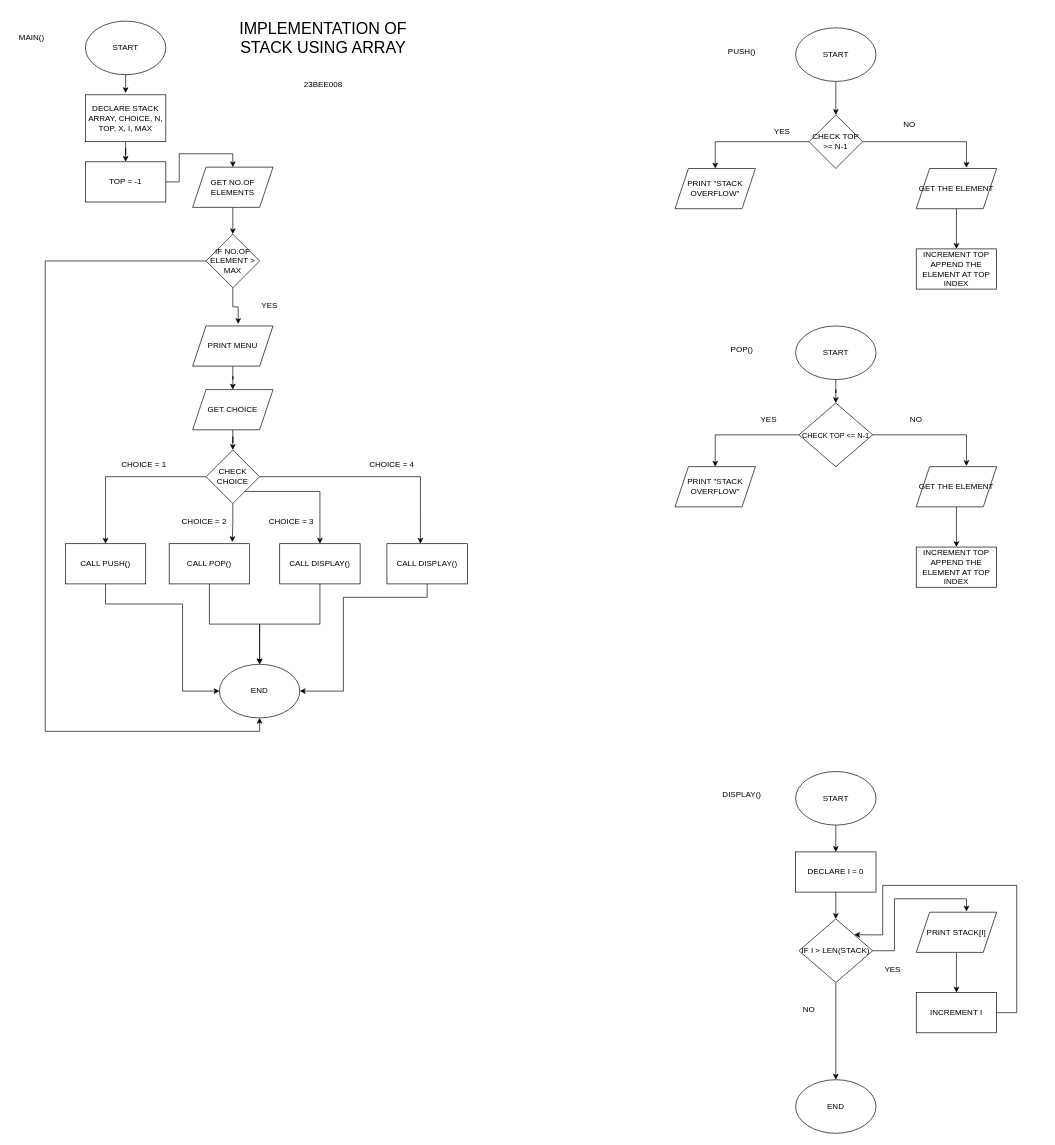
This is 001.drawio from ahamril2265/DSA-LABS, a draw.io file, before an edit. Source tidied: cells renumbered, new cells numbered last; positions are measured from the earlier drawing's top-left corner, leaving out a move shared by most shapes. Both pictures are drawn from the tidied source at 67%, with x=0, y=0 at pixel (11, 21).
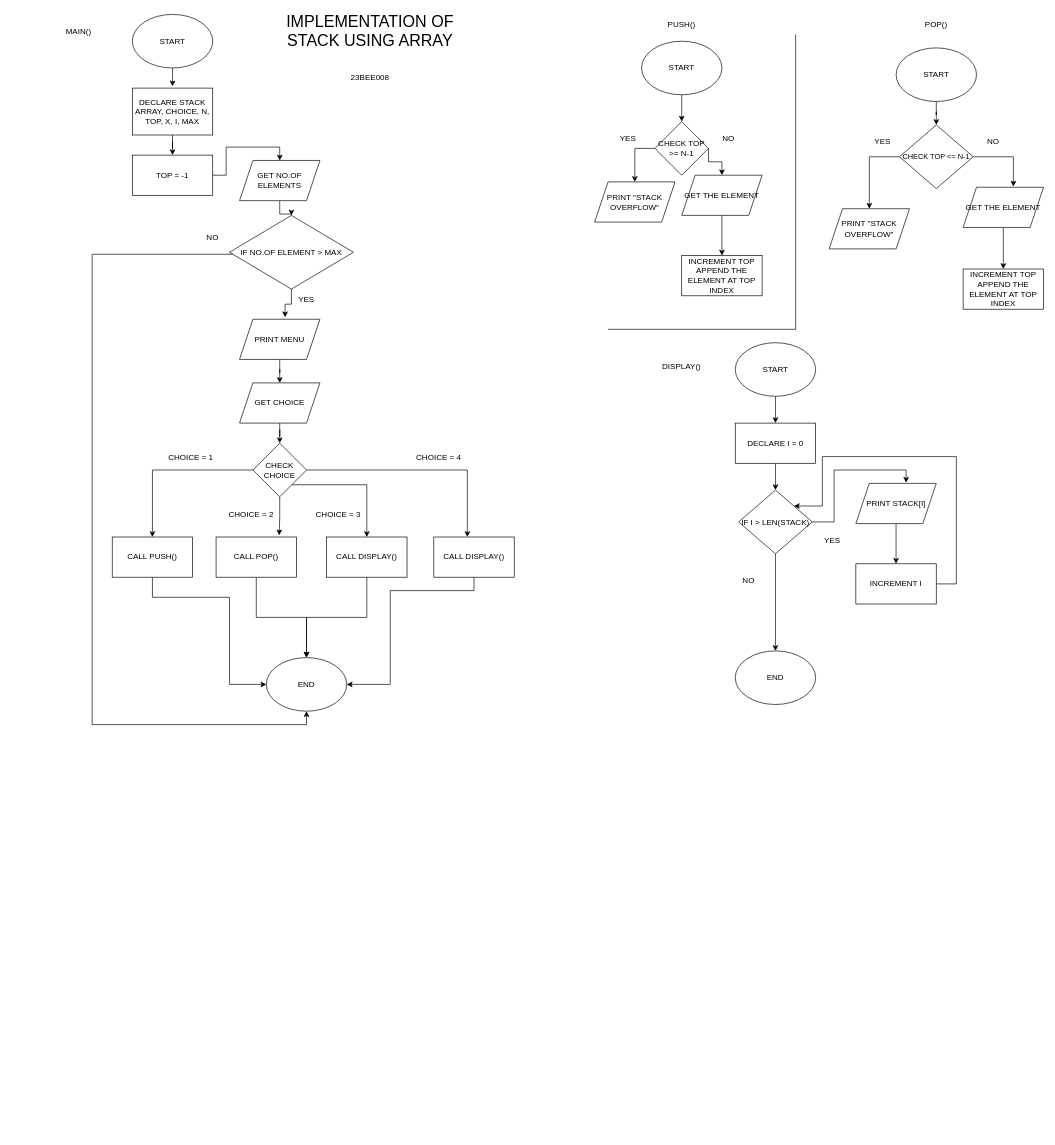
After the change.

Change to the diagram source:
```diff
@@
     <mxCell id="2" value="START" style="ellipse;whiteSpace=wrap;html=1;" parent="1" vertex="1">
-      <mxGeometry x="110" width="120" height="80" as="geometry" />
+      <mxGeometry x="180" y="-10" width="120" height="80" as="geometry" />
     </mxCell>
@@
     <mxCell id="4" value="DECLARE STACK ARRAY, CHOICE, N, TOP, X, I, MAX" style="rounded=0;whiteSpace=wrap;html=1;" parent="1" vertex="1">
-      <mxGeometry x="110" y="110" width="120" height="70" as="geometry" />
+      <mxGeometry x="180" y="100" width="120" height="70" as="geometry" />
     </mxCell>
@@
     <mxCell id="6" value="TOP = -1" style="rounded=0;whiteSpace=wrap;html=1;" parent="1" vertex="1">
-      <mxGeometry x="110" y="210" width="120" height="60" as="geometry" />
+      <mxGeometry x="180" y="200" width="120" height="60" as="geometry" />
     </mxCell>
@@
     <mxCell id="8" value="GET NO.OF ELEMENTS" style="shape=parallelogram;perimeter=parallelogramPerimeter;whiteSpace=wrap;html=1;fixedSize=1;" parent="1" vertex="1">
-      <mxGeometry x="270" y="218" width="120" height="60" as="geometry" />
+      <mxGeometry x="340" y="208" width="120" height="60" as="geometry" />
     </mxCell>
@@
     <mxCell id="10" value="PRINT MENU" style="shape=parallelogram;perimeter=parallelogramPerimeter;whiteSpace=wrap;html=1;fixedSize=1;" parent="1" vertex="1">
-      <mxGeometry x="270" y="455" width="120" height="60" as="geometry" />
+      <mxGeometry x="340" y="445" width="120" height="60" as="geometry" />
     </mxCell>
@@
     <mxCell id="12" value="GET CHOICE" style="shape=parallelogram;perimeter=parallelogramPerimeter;whiteSpace=wrap;html=1;fixedSize=1;" parent="1" vertex="1">
-      <mxGeometry x="270" y="550" width="120" height="60" as="geometry" />
+      <mxGeometry x="340" y="540" width="120" height="60" as="geometry" />
     </mxCell>
@@
     <mxCell id="14" style="edgeStyle=orthogonalEdgeStyle;rounded=0;jettySize=auto;html=1;entryX=0.5;entryY=0;entryDx=0;entryDy=0;" parent="1" edge="1" source="16" target="22">
       <mxGeometry relative="1" as="geometry">
         <Array as="points">
-          <mxPoint x="460" y="702" />
+          <mxPoint x="530" y="692" />
         </Array>
       </mxGeometry>
     </mxCell>
@@
     <mxCell id="16" value="CHECK CHOICE" style="rhombus;whiteSpace=wrap;html=1;" parent="1" vertex="1">
-      <mxGeometry x="290" y="640" width="80" height="80" as="geometry" />
+      <mxGeometry x="360" y="630" width="80" height="80" as="geometry" />
     </mxCell>
     <mxCell id="17" style="edgeStyle=orthogonalEdgeStyle;rounded=0;jettySize=auto;html=1;entryX=0;entryY=0.5;entryDx=0;entryDy=0;" parent="1" edge="1" source="18" target="34">
       <mxGeometry relative="1" as="geometry">
         <Array as="points">
-          <mxPoint x="140" y="870" />
-          <mxPoint x="255" y="870" />
-          <mxPoint x="255" y="1000" />
+          <mxPoint x="210" y="860" />
+          <mxPoint x="325" y="860" />
+          <mxPoint x="325" y="990" />
         </Array>
       </mxGeometry>
     </mxCell>
     <mxCell id="18" value="CALL PUSH()" style="rounded=0;whiteSpace=wrap;html=1;" parent="1" vertex="1">
-      <mxGeometry x="80" y="780" width="120" height="60" as="geometry" />
+      <mxGeometry x="150" y="770" width="120" height="60" as="geometry" />
     </mxCell>
@@
     <mxCell id="20" value="CALL POP()" style="rounded=0;whiteSpace=wrap;html=1;" parent="1" vertex="1">
-      <mxGeometry x="235" y="780" width="120" height="60" as="geometry" />
+      <mxGeometry x="305" y="770" width="120" height="60" as="geometry" />
     </mxCell>
@@
     <mxCell id="22" value="CALL DISPLAY()" style="rounded=0;whiteSpace=wrap;html=1;" parent="1" vertex="1">
-      <mxGeometry x="400" y="780" width="120" height="60" as="geometry" />
+      <mxGeometry x="470" y="770" width="120" height="60" as="geometry" />
     </mxCell>
     <mxCell id="23" style="edgeStyle=orthogonalEdgeStyle;rounded=0;jettySize=auto;html=1;entryX=1;entryY=0.5;entryDx=0;entryDy=0;" parent="1" edge="1" source="24" target="34">
       <mxGeometry relative="1" as="geometry">
         <Array as="points">
-          <mxPoint x="620" y="860" />
-          <mxPoint x="495" y="860" />
-          <mxPoint x="495" y="1000" />
+          <mxPoint x="690" y="850" />
+          <mxPoint x="565" y="850" />
+          <mxPoint x="565" y="990" />
         </Array>
       </mxGeometry>
     </mxCell>
     <mxCell id="24" value="CALL DISPLAY()" style="rounded=0;whiteSpace=wrap;html=1;" parent="1" vertex="1">
-      <mxGeometry x="560" y="780" width="120" height="60" as="geometry" />
+      <mxGeometry x="630" y="770" width="120" height="60" as="geometry" />
     </mxCell>
@@
     <mxCell id="26" value="START" style="ellipse;whiteSpace=wrap;html=1;" parent="1" vertex="1">
-      <mxGeometry x="1170" y="10" width="120" height="80" as="geometry" />
+      <mxGeometry x="940" y="30" width="120" height="80" as="geometry" />
     </mxCell>
-    <mxCell id="27" style="edgeStyle=orthogonalEdgeStyle;rounded=0;jettySize=auto;html=1;entryX=0.5;entryY=0;entryDx=0;entryDy=0;" parent="1" edge="1" source="28" target="29">
+    <mxCell id="27" style="edgeStyle=orthogonalEdgeStyle;rounded=0;jettySize=auto;html=1;exitX=0;exitY=0.5;exitDx=0;exitDy=0;entryX=0.5;entryY=0;entryDx=0;entryDy=0;" parent="1" edge="1" source="28" target="29">
       <mxGeometry relative="1" as="geometry" />
     </mxCell>
     <mxCell id="28" value="CHECK TOP &amp;gt;= N-1" style="rhombus;whiteSpace=wrap;html=1;" parent="1" vertex="1">
-      <mxGeometry x="1190" y="140" width="80" height="80" as="geometry" />
+      <mxGeometry x="960" y="150" width="80" height="80" as="geometry" />
     </mxCell>
     <mxCell id="29" value="PRINT &quot;STACK OVERFLOW&quot;" style="shape=parallelogram;perimeter=parallelogramPerimeter;whiteSpace=wrap;html=1;fixedSize=1;" parent="1" vertex="1">
-      <mxGeometry x="990" y="220" width="120" height="60" as="geometry" />
+      <mxGeometry x="870" y="240" width="120" height="60" as="geometry" />
     </mxCell>
@@
     <mxCell id="31" value="GET THE ELEMENT" style="shape=parallelogram;perimeter=parallelogramPerimeter;whiteSpace=wrap;html=1;fixedSize=1;" parent="1" vertex="1">
-      <mxGeometry x="1350" y="220" width="120" height="60" as="geometry" />
+      <mxGeometry x="1000" y="230" width="120" height="60" as="geometry" />
     </mxCell>
     <mxCell id="32" value="INCREMENT TOP&lt;div&gt;APPEND THE ELEMENT AT TOP INDEX&lt;/div&gt;" style="rounded=0;whiteSpace=wrap;html=1;" parent="1" vertex="1">
-      <mxGeometry x="1350" y="340" width="120" height="60" as="geometry" />
+      <mxGeometry x="1000" y="350" width="120" height="60" as="geometry" />
     </mxCell>
-    <mxCell id="33" style="edgeStyle=orthogonalEdgeStyle;rounded=0;jettySize=auto;html=1;entryX=0.625;entryY=-0.017;entryDx=0;entryDy=0;entryPerimeter=0;" parent="1" edge="1" source="28" target="31">
-      <mxGeometry relative="1" as="geometry" />
-    </mxCell>
     <mxCell id="34" value="END" style="ellipse;whiteSpace=wrap;html=1;" parent="1" vertex="1">
-      <mxGeometry x="310" y="960" width="120" height="80" as="geometry" />
+      <mxGeometry x="380" y="950" width="120" height="80" as="geometry" />
     </mxCell>
@@
     <mxCell id="36" style="edgeStyle=orthogonalEdgeStyle;rounded=0;jettySize=auto;html=1;entryX=0.5;entryY=1;entryDx=0;entryDy=0;" parent="1" edge="1" source="37" target="34">
       <mxGeometry relative="1" as="geometry">
         <Array as="points">
-          <mxPoint x="50" y="358" />
-          <mxPoint x="50" y="1060" />
-          <mxPoint x="370" y="1060" />
+          <mxPoint x="120" y="348" />
+          <mxPoint x="120" y="1050" />
+          <mxPoint x="440" y="1050" />
         </Array>
       </mxGeometry>
     </mxCell>
     <mxCell id="37" value="IF NO.OF ELEMENT &amp;gt; MAX" style="rhombus;whiteSpace=wrap;html=1;" parent="1" vertex="1">
-      <mxGeometry x="290" y="318" width="80" height="80" as="geometry" />
+      <mxGeometry x="325" y="290" width="185" height="110" as="geometry" />
     </mxCell>
@@
     <mxCell id="40" value="PUSH()" style="text;html=1;whiteSpace=wrap;strokeColor=none;fillColor=none;align=center;verticalAlign=middle;rounded=0;" parent="1" vertex="1">
-      <mxGeometry x="1060" y="30" width="60" height="30" as="geometry" />
+      <mxGeometry x="970" y="-10" width="60" height="30" as="geometry" />
     </mxCell>
     <mxCell id="41" value="MAIN()" style="text;html=1;whiteSpace=wrap;strokeColor=none;fillColor=none;align=center;verticalAlign=middle;rounded=0;" parent="1" vertex="1">
-      <mxGeometry y="10" width="60" height="30" as="geometry" />
+      <mxGeometry x="70" width="60" height="30" as="geometry" />
     </mxCell>
@@
     <mxCell id="43" value="START" style="ellipse;whiteSpace=wrap;html=1;" parent="1" vertex="1">
-      <mxGeometry x="1170" y="455" width="120" height="80" as="geometry" />
+      <mxGeometry x="1320" y="40" width="120" height="80" as="geometry" />
     </mxCell>
-    <mxCell id="44" style="edgeStyle=orthogonalEdgeStyle;rounded=0;jettySize=auto;html=1;entryX=0.5;entryY=0;entryDx=0;entryDy=0;" parent="1" edge="1" source="45" target="46">
+    <mxCell id="44" style="edgeStyle=orthogonalEdgeStyle;rounded=0;jettySize=auto;html=1;entryX=0.5;entryY=0;entryDx=0;entryDy=0;exitX=0;exitY=0.5;exitDx=0;exitDy=0;" parent="1" edge="1" source="45" target="46">
       <mxGeometry relative="1" as="geometry" />
     </mxCell>
     <mxCell id="45" value="&lt;font style=&quot;font-size: 11px;&quot;&gt;CHECK TOP &amp;lt;= N-1&lt;/font&gt;" style="rhombus;whiteSpace=wrap;html=1;" parent="1" vertex="1">
-      <mxGeometry x="1175" y="570" width="110" height="95" as="geometry" />
+      <mxGeometry x="1325" y="155" width="110" height="95" as="geometry" />
     </mxCell>
     <mxCell id="46" value="PRINT &quot;STACK OVERFLOW&quot;" style="shape=parallelogram;perimeter=parallelogramPerimeter;whiteSpace=wrap;html=1;fixedSize=1;" parent="1" vertex="1">
-      <mxGeometry x="990" y="665" width="120" height="60" as="geometry" />
+      <mxGeometry x="1220" y="280" width="120" height="60" as="geometry" />
     </mxCell>
@@
     <mxCell id="48" value="GET THE ELEMENT" style="shape=parallelogram;perimeter=parallelogramPerimeter;whiteSpace=wrap;html=1;fixedSize=1;" parent="1" vertex="1">
-      <mxGeometry x="1350" y="665" width="120" height="60" as="geometry" />
+      <mxGeometry x="1420" y="248" width="120" height="60" as="geometry" />
     </mxCell>
     <mxCell id="49" value="INCREMENT TOP&lt;div&gt;APPEND THE ELEMENT AT TOP INDEX&lt;/div&gt;" style="rounded=0;whiteSpace=wrap;html=1;" parent="1" vertex="1">
-      <mxGeometry x="1350" y="785" width="120" height="60" as="geometry" />
+      <mxGeometry x="1420" y="370" width="120" height="60" as="geometry" />
     </mxCell>
-    <mxCell id="50" style="edgeStyle=orthogonalEdgeStyle;rounded=0;jettySize=auto;html=1;entryX=0.625;entryY=-0.017;entryDx=0;entryDy=0;entryPerimeter=0;" parent="1" edge="1" source="45" target="48">
+    <mxCell id="50" style="edgeStyle=orthogonalEdgeStyle;rounded=0;jettySize=auto;html=1;entryX=0.625;entryY=-0.017;entryDx=0;entryDy=0;entryPerimeter=0;exitX=1;exitY=0.5;exitDx=0;exitDy=0;" parent="1" edge="1" source="45" target="48">
       <mxGeometry relative="1" as="geometry" />
     </mxCell>
     <mxCell id="51" value="POP()" style="text;html=1;whiteSpace=wrap;strokeColor=none;fillColor=none;align=center;verticalAlign=middle;rounded=0;" parent="1" vertex="1">
-      <mxGeometry x="1060" y="475" width="60" height="30" as="geometry" />
+      <mxGeometry x="1350" y="-10" width="60" height="30" as="geometry" />
     </mxCell>
@@
     <mxCell id="53" value="START" style="ellipse;whiteSpace=wrap;html=1;" parent="1" vertex="1">
-      <mxGeometry x="1170" y="1120" width="120" height="80" as="geometry" />
+      <mxGeometry x="1079.9" y="480" width="120" height="80" as="geometry" />
     </mxCell>
@@
     <mxCell id="55" value="IF I &amp;gt; LEN(STACK)" style="rhombus;whiteSpace=wrap;html=1;" parent="1" vertex="1">
-      <mxGeometry x="1175" y="1340" width="110" height="95" as="geometry" />
+      <mxGeometry x="1084.9" y="700" width="110" height="95" as="geometry" />
     </mxCell>
@@
     <mxCell id="57" value="PRINT STACK[I]" style="shape=parallelogram;perimeter=parallelogramPerimeter;whiteSpace=wrap;html=1;fixedSize=1;" parent="1" vertex="1">
-      <mxGeometry x="1350" y="1330" width="120" height="60" as="geometry" />
+      <mxGeometry x="1259.9" y="690" width="120" height="60" as="geometry" />
     </mxCell>
     <mxCell id="58" style="edgeStyle=orthogonalEdgeStyle;rounded=0;jettySize=auto;html=1;entryX=1;entryY=0;entryDx=0;entryDy=0;" parent="1" edge="1" source="59" target="55">
       <mxGeometry relative="1" as="geometry">
         <Array as="points">
-          <mxPoint x="1500" y="1480" />
-          <mxPoint x="1500" y="1290" />
-          <mxPoint x="1300" y="1290" />
-          <mxPoint x="1300" y="1364" />
+          <mxPoint x="1409.9" y="840" />
+          <mxPoint x="1409.9" y="650" />
+          <mxPoint x="1209.9" y="650" />
+          <mxPoint x="1209.9" y="724" />
         </Array>
       </mxGeometry>
     </mxCell>
     <mxCell id="59" value="INCREMENT I" style="rounded=0;whiteSpace=wrap;html=1;" parent="1" vertex="1">
-      <mxGeometry x="1350" y="1450" width="120" height="60" as="geometry" />
+      <mxGeometry x="1259.9" y="810" width="120" height="60" as="geometry" />
     </mxCell>
@@
     <mxCell id="61" value="DISPLAY()" style="text;html=1;whiteSpace=wrap;strokeColor=none;fillColor=none;align=center;verticalAlign=middle;rounded=0;" parent="1" vertex="1">
-      <mxGeometry x="1060" y="1140" width="60" height="30" as="geometry" />
+      <mxGeometry x="969.9" y="500" width="60" height="30" as="geometry" />
     </mxCell>
@@
     <mxCell id="63" value="DECLARE I = 0" style="rounded=0;whiteSpace=wrap;html=1;" parent="1" vertex="1">
-      <mxGeometry x="1170" y="1240" width="120" height="60" as="geometry" />
+      <mxGeometry x="1079.9" y="600" width="120" height="60" as="geometry" />
     </mxCell>
     <mxCell id="64" value="END" style="ellipse;whiteSpace=wrap;html=1;" parent="1" vertex="1">
-      <mxGeometry x="1170" y="1580" width="120" height="80" as="geometry" />
+      <mxGeometry x="1079.9" y="940" width="120" height="80" as="geometry" />
     </mxCell>
     <mxCell id="65" value="YES" style="text;html=1;whiteSpace=wrap;strokeColor=none;fillColor=none;align=center;verticalAlign=middle;rounded=0;" parent="1" vertex="1">
-      <mxGeometry x="1285" y="1400" width="60" height="30" as="geometry" />
+      <mxGeometry x="1194.9" y="760" width="60" height="30" as="geometry" />
     </mxCell>
     <mxCell id="66" value="NO" style="text;html=1;whiteSpace=wrap;strokeColor=none;fillColor=none;align=center;verticalAlign=middle;rounded=0;" parent="1" vertex="1">
-      <mxGeometry x="1160" y="1460" width="60" height="30" as="geometry" />
+      <mxGeometry x="1069.9" y="820" width="60" height="30" as="geometry" />
     </mxCell>
     <mxCell id="67" value="YES" style="text;html=1;whiteSpace=wrap;strokeColor=none;fillColor=none;align=center;verticalAlign=middle;rounded=0;" parent="1" vertex="1">
-      <mxGeometry x="1100" y="580" width="60" height="30" as="geometry" />
+      <mxGeometry x="1270" y="165" width="60" height="30" as="geometry" />
     </mxCell>
     <mxCell id="68" value="NO" style="text;html=1;whiteSpace=wrap;strokeColor=none;fillColor=none;align=center;verticalAlign=middle;rounded=0;" parent="1" vertex="1">
-      <mxGeometry x="1320" y="580" width="60" height="30" as="geometry" />
+      <mxGeometry x="1435" y="165" width="60" height="30" as="geometry" />
     </mxCell>
     <mxCell id="69" value="YES" style="text;html=1;whiteSpace=wrap;strokeColor=none;fillColor=none;align=center;verticalAlign=middle;rounded=0;" parent="1" vertex="1">
-      <mxGeometry x="1120" y="150" width="60" height="30" as="geometry" />
+      <mxGeometry x="890" y="160" width="60" height="30" as="geometry" />
     </mxCell>
+    <mxCell id="78" style="edgeStyle=orthogonalEdgeStyle;rounded=0;jettySize=auto;html=1;exitX=0;exitY=1;exitDx=0;exitDy=0;entryX=0.5;entryY=0;entryDx=0;entryDy=0;" parent="1" edge="1" source="70" target="31">
+      <mxGeometry relative="1" as="geometry" />
+    </mxCell>
     <mxCell id="70" value="NO" style="text;html=1;whiteSpace=wrap;strokeColor=none;fillColor=none;align=center;verticalAlign=middle;rounded=0;" parent="1" vertex="1">
-      <mxGeometry x="1310" y="140" width="60" height="30" as="geometry" />
+      <mxGeometry x="1040" y="160" width="60" height="30" as="geometry" />
     </mxCell>
     <mxCell id="71" value="CHOICE = 1" style="text;html=1;whiteSpace=wrap;strokeColor=none;fillColor=none;align=center;verticalAlign=middle;rounded=0;" parent="1" vertex="1">
-      <mxGeometry x="160" y="647" width="75" height="30" as="geometry" />
+      <mxGeometry x="230" y="637" width="75" height="30" as="geometry" />
     </mxCell>
     <mxCell id="72" value="CHOICE = 2" style="text;html=1;whiteSpace=wrap;strokeColor=none;fillColor=none;align=center;verticalAlign=middle;rounded=0;" parent="1" vertex="1">
-      <mxGeometry x="250" y="732" width="75" height="30" as="geometry" />
+      <mxGeometry x="320" y="722" width="75" height="30" as="geometry" />
     </mxCell>
     <mxCell id="73" value="CHOICE = 3" style="text;html=1;whiteSpace=wrap;strokeColor=none;fillColor=none;align=center;verticalAlign=middle;rounded=0;" parent="1" vertex="1">
-      <mxGeometry x="380" y="732" width="75" height="30" as="geometry" />
+      <mxGeometry x="450" y="722" width="75" height="30" as="geometry" />
     </mxCell>
     <mxCell id="74" value="CHOICE = 4" style="text;html=1;whiteSpace=wrap;strokeColor=none;fillColor=none;align=center;verticalAlign=middle;rounded=0;" parent="1" vertex="1">
-      <mxGeometry x="530" y="647" width="75" height="30" as="geometry" />
+      <mxGeometry x="600" y="637" width="75" height="30" as="geometry" />
     </mxCell>
     <mxCell id="75" value="YES" style="text;html=1;whiteSpace=wrap;strokeColor=none;fillColor=none;align=center;verticalAlign=middle;rounded=0;" parent="1" vertex="1">
-      <mxGeometry x="355" y="410" width="60" height="30" as="geometry" />
+      <mxGeometry x="410" y="400" width="60" height="30" as="geometry" />
     </mxCell>
     <mxCell id="76" value="&lt;font style=&quot;font-size: 24px;&quot;&gt;IMPLEMENTATION OF STACK USING ARRAY&lt;/font&gt;" style="text;html=1;whiteSpace=wrap;strokeColor=none;fillColor=none;align=center;verticalAlign=middle;rounded=0;" parent="1" vertex="1">
-      <mxGeometry x="320" y="10" width="290" height="30" as="geometry" />
+      <mxGeometry x="390" width="290" height="30" as="geometry" />
     </mxCell>
     <mxCell id="77" value="23BEE008" style="text;html=1;whiteSpace=wrap;strokeColor=none;fillColor=none;align=center;verticalAlign=middle;rounded=0;" parent="1" vertex="1">
-      <mxGeometry x="435" y="80" width="60" height="30" as="geometry" />
+      <mxGeometry x="505" y="70" width="60" height="30" as="geometry" />
     </mxCell>
+    <mxCell id="79" style="endArrow=none;html=1;rounded=0;" parent="1" edge="1">
+      <mxGeometry relative="1" as="geometry">
+        <mxPoint x="1170" y="460" as="sourcePoint" />
+        <mxPoint x="1170" y="20" as="targetPoint" />
+      </mxGeometry>
+    </mxCell>
+    <mxCell id="80" style="endArrow=none;html=1;rounded=0;" parent="1" edge="1">
+      <mxGeometry relative="1" as="geometry">
+        <mxPoint x="890" y="460" as="sourcePoint" />
+        <mxPoint x="1170" y="460" as="targetPoint" />
+      </mxGeometry>
+    </mxCell>
+    <mxCell id="81" value="NO" style="text;html=1;whiteSpace=wrap;strokeColor=none;fillColor=none;align=center;verticalAlign=middle;rounded=0;" parent="1" vertex="1">
+      <mxGeometry x="270" y="308" width="60" height="30" as="geometry" />
+    </mxCell>
```
